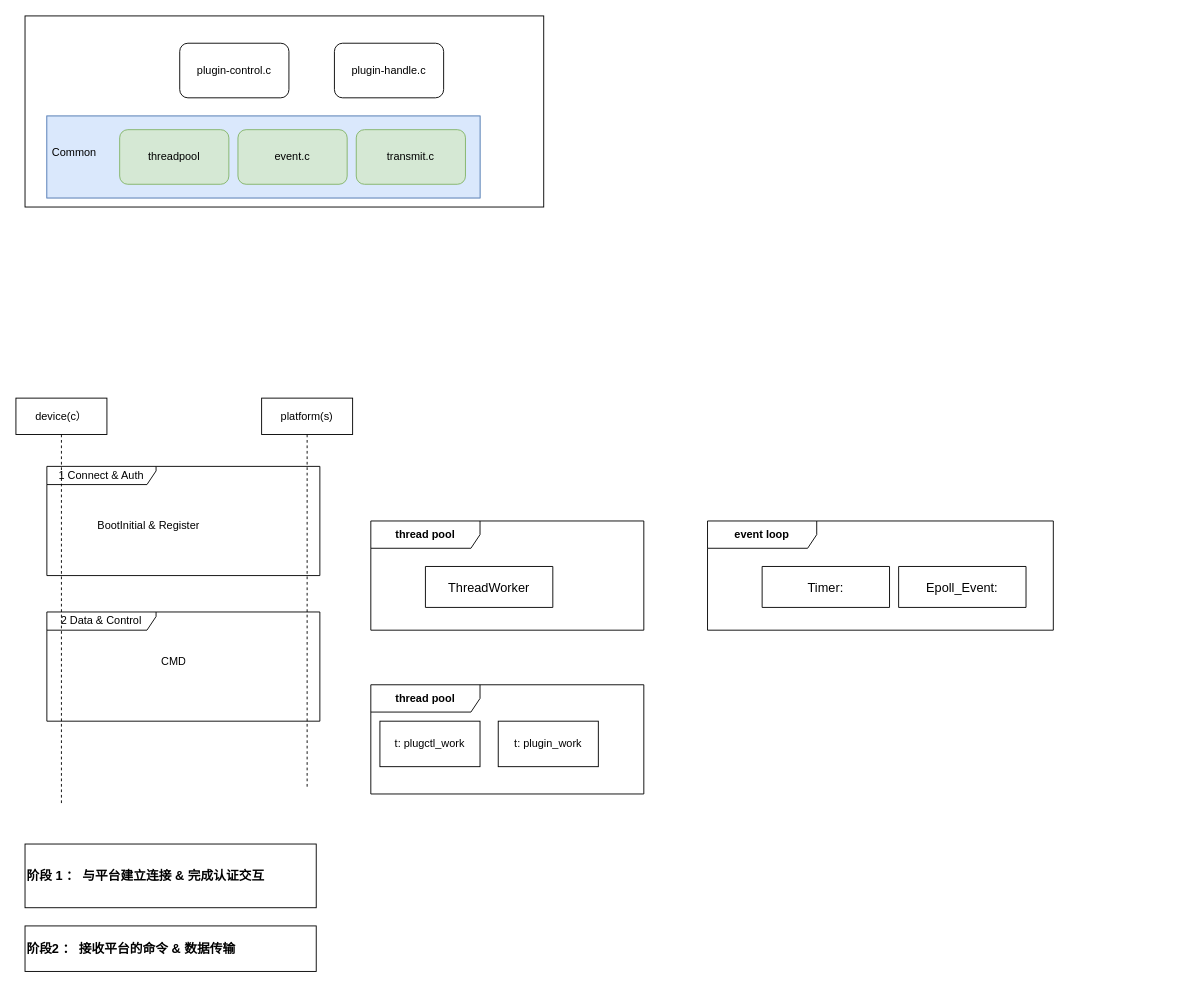
Above: gw-mtk/mobile_manager.drawio in waterwatermelon/graph (draw.io), before the change. Source tidied: cells renumbered, new cells numbered last; positions are measured from the earlier drawing's top-left corner, leaving out a move shared by most shapes. Both pictures are drawn from the tidied source at 91%, with x=0, y=0 at pixel (15, 15).
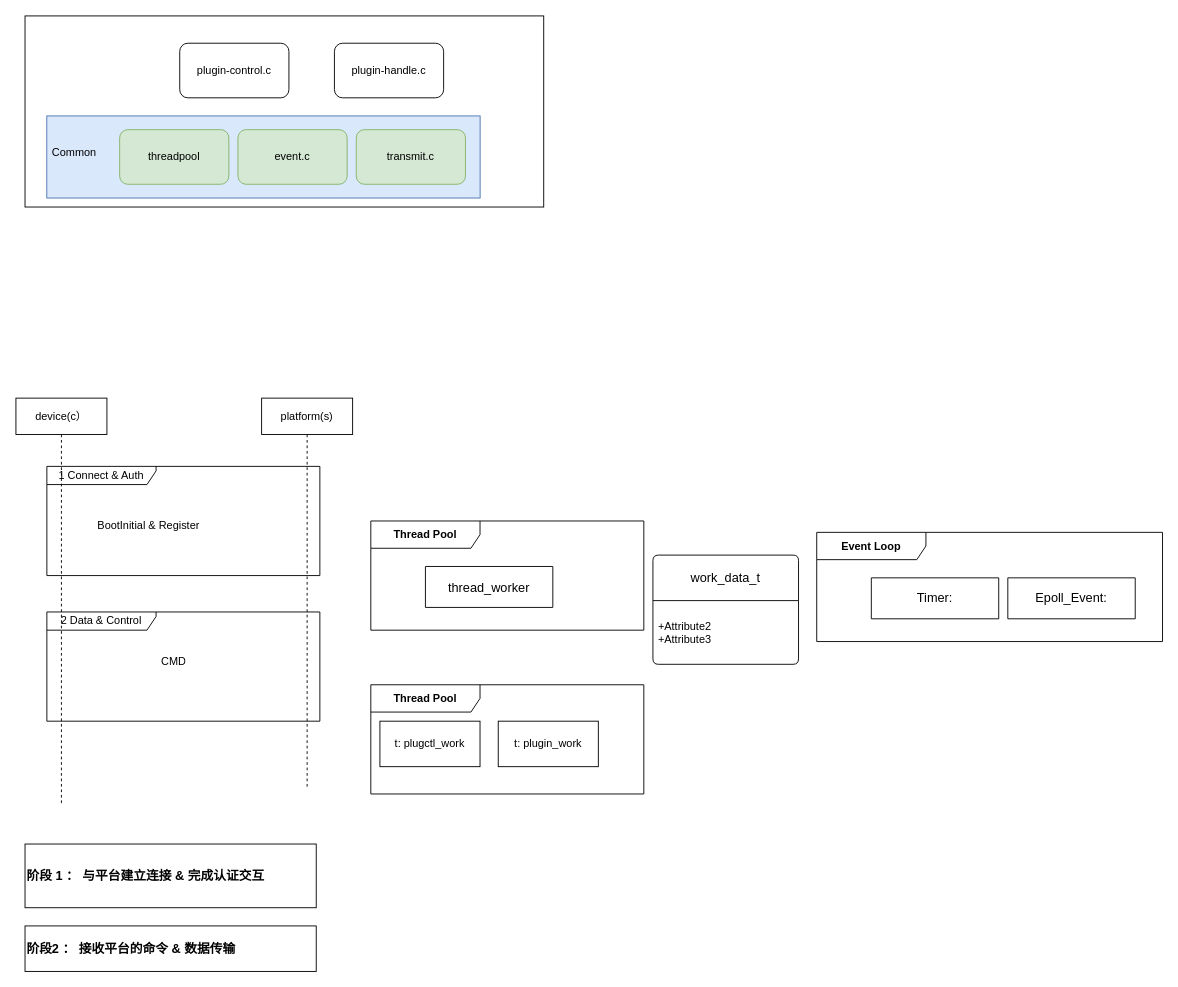
Above is the later version.

The edit, as a diff of the source:
```diff
@@
-    <mxCell id="10" value="&lt;font style=&quot;font-size: 12px;&quot;&gt;&lt;b&gt;thread pool&lt;/b&gt;&lt;/font&gt;" style="shape=umlFrame;whiteSpace=wrap;html=1;width=120;height=30;" parent="1" vertex="1">
+    <mxCell id="10" value="&lt;font style=&quot;font-size: 12px;&quot;&gt;&lt;b&gt;Thread Pool&lt;/b&gt;&lt;/font&gt;" style="shape=umlFrame;whiteSpace=wrap;html=1;width=120;height=30;" parent="1" vertex="1">
       <mxGeometry x="390" y="555" width="300" height="120" as="geometry" />
     </mxCell>
-    <mxCell id="11" value="ThreadWorker" style="swimlane;horizontal=1;startSize=50;rounded=1;fontSize=14;fontStyle=0;strokeWidth=1;shadow=0;dashed=0;align=center;arcSize=4;whiteSpace=wrap;html=1;" parent="1" vertex="1" collapsed="1">
+    <mxCell id="11" value="thread_worker" style="swimlane;horizontal=1;startSize=50;rounded=1;fontSize=14;fontStyle=0;strokeWidth=1;shadow=0;dashed=0;align=center;arcSize=4;whiteSpace=wrap;html=1;" parent="1" vertex="1" collapsed="1">
       <mxGeometry x="450" y="605" width="140" height="45" as="geometry" />
     </mxCell>
-    <mxCell id="12" value="&lt;font style=&quot;font-size: 12px;&quot;&gt;&lt;b&gt;thread pool&lt;/b&gt;&lt;/font&gt;" style="shape=umlFrame;whiteSpace=wrap;html=1;width=120;height=30;" parent="1" vertex="1">
+    <mxCell id="12" value="&lt;font style=&quot;font-size: 12px;&quot;&gt;&lt;b&gt;Thread Pool&lt;/b&gt;&lt;/font&gt;" style="shape=umlFrame;whiteSpace=wrap;html=1;width=120;height=30;" parent="1" vertex="1">
       <mxGeometry x="390" y="735" width="300" height="120" as="geometry" />
     </mxCell>
@@
-    <mxCell id="15" value="&lt;font style=&quot;font-size: 12px;&quot;&gt;&lt;b&gt;event loop&lt;/b&gt;&lt;/font&gt;" style="shape=umlFrame;whiteSpace=wrap;html=1;width=120;height=30;" parent="1" vertex="1">
-      <mxGeometry x="760" y="555" width="380" height="120" as="geometry" />
+    <mxCell id="15" value="&lt;font style=&quot;font-size: 12px;&quot;&gt;&lt;b&gt;Event Loop&lt;/b&gt;&lt;/font&gt;" style="shape=umlFrame;whiteSpace=wrap;html=1;width=120;height=30;" parent="1" vertex="1">
+      <mxGeometry x="880" y="567.5" width="380" height="120" as="geometry" />
     </mxCell>
     <mxCell id="16" value="Timer:" style="swimlane;horizontal=1;startSize=50;rounded=1;fontSize=14;fontStyle=0;strokeWidth=1;shadow=0;dashed=0;align=center;arcSize=4;whiteSpace=wrap;html=1;" parent="1" vertex="1" collapsed="1">
-      <mxGeometry x="820" y="605" width="140" height="45" as="geometry" />
+      <mxGeometry x="940" y="617.5" width="140" height="45" as="geometry" />
     </mxCell>
     <mxCell id="17" value="Epoll_Event:" style="swimlane;horizontal=1;startSize=50;rounded=1;fontSize=14;fontStyle=0;strokeWidth=1;shadow=0;dashed=0;align=center;arcSize=4;whiteSpace=wrap;html=1;" parent="1" vertex="1" collapsed="1">
-      <mxGeometry x="970" y="605" width="140" height="45" as="geometry" />
+      <mxGeometry x="1090" y="617.5" width="140" height="45" as="geometry" />
     </mxCell>
@@
+    <mxCell id="29" value="work_data_t" style="swimlane;horizontal=1;startSize=50;rounded=1;fontSize=14;fontStyle=0;strokeWidth=1;shadow=0;dashed=0;align=center;arcSize=4;whiteSpace=wrap;html=1;" parent="1" vertex="1">
+      <mxGeometry x="700" y="592.5" width="160" height="120" as="geometry" />
+    </mxCell>
+    <mxCell id="30" value="&lt;br&gt;+Attribute2&lt;br&gt;+Attribute3" style="align=left;strokeColor=none;fillColor=none;spacingLeft=4;fontSize=12;verticalAlign=top;html=1;" parent="29" vertex="1">
+      <mxGeometry y="50" width="160" height="70" as="geometry" />
+    </mxCell>
```
